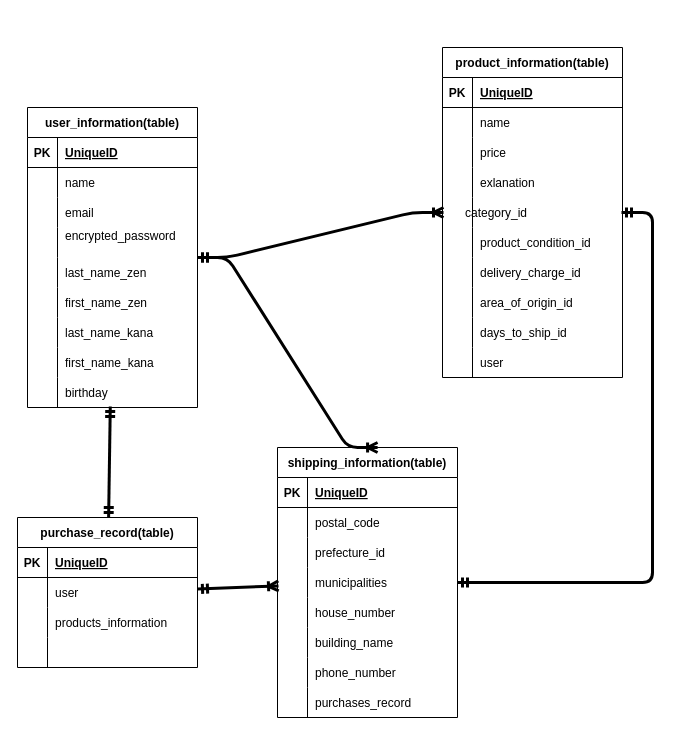
This is furima.dio from nemuo1208/furima-40138, a draw.io file, before an edit. Source tidied: cells renumbered, new cells numbered last; positions are measured from the earlier drawing's top-left corner, leaving out a move shared by most shapes. Both pictures are drawn from the tidied source at 100%, with x=0, y=0 at pixel (17, 47).
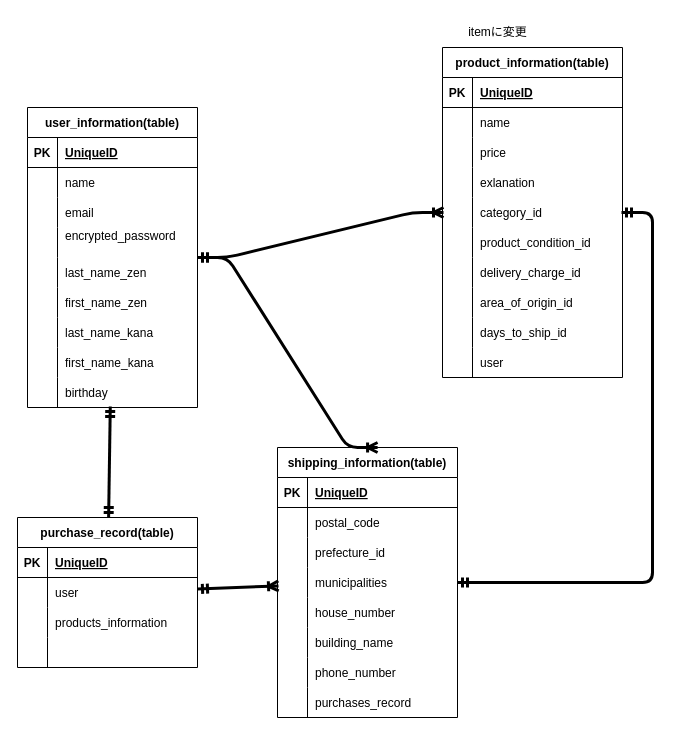
The same diagram, later.

What changed in the source:
```diff
@@
     <mxCell id="104" value="category_id" style="shape=partialRectangle;fillColor=none;top=0;left=0;bottom=0;right=0;align=left;spacingLeft=6;overflow=hidden;" parent="1" vertex="1">
-      <mxGeometry x="440" y="150" width="150" height="30" as="geometry" />
+      <mxGeometry x="455" y="150" width="150" height="30" as="geometry" />
     </mxCell>
+    <mxCell id="105" value="itemに変更" style="text;html=1;align=center;verticalAlign=middle;strokeColor=none;fillColor=none;" parent="1" vertex="1">
+      <mxGeometry x="440" y="-30" width="80" height="30" as="geometry" />
+    </mxCell>
```
